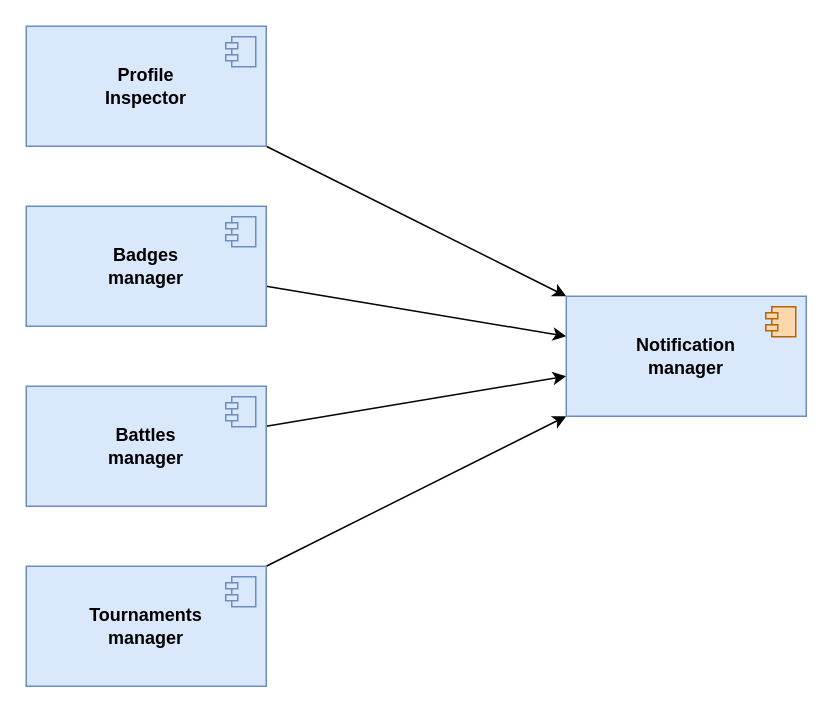
The draw.io diagram page "Test-plan-4" (8 of 9) of DD/images/diagrams/chapter2.drawio in pontig/sw-eng-2-PasiniPontiggiaStasi, before the edit. Source tidied: cells renumbered, new cells numbered last; positions are measured from the earlier drawing's top-left corner, leaving out a move shared by most shapes. Both pictures are drawn from the tidied source at 150%, with x=0, y=0 at pixel (26, 26).
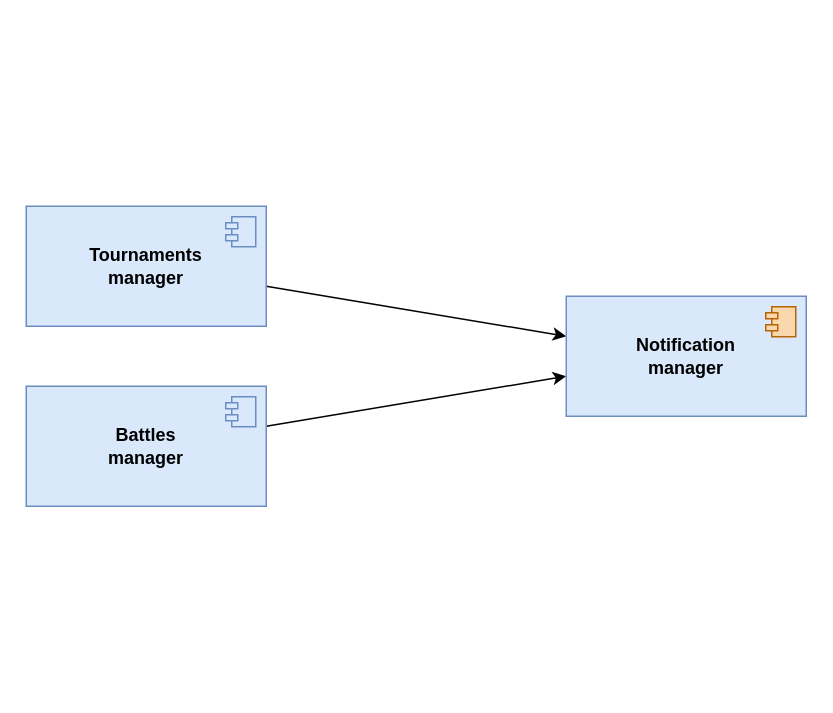
The same page after the edit.

Diff of the diagram source:
```diff
@@
-    <mxCell id="3" value="&lt;b&gt;Badges&lt;br&gt;manager&lt;br&gt;&lt;/b&gt;" style="html=1;whiteSpace=wrap;fillColor=#dae8fc;strokeColor=#6c8ebf;" parent="1" vertex="1">
+    <mxCell id="3" value="&lt;b&gt;Tournaments&lt;br&gt;manager&lt;br&gt;&lt;/b&gt;" style="html=1;whiteSpace=wrap;fillColor=#dae8fc;strokeColor=#6c8ebf;" parent="1" vertex="1">
       <mxGeometry y="120" width="160" height="80" as="geometry" />
     </mxCell>
@@
-    <mxCell id="5" style="rounded=0;jettySize=auto;html=1;" parent="1" edge="1" source="6">
-      <mxGeometry relative="1" as="geometry">
-        <mxPoint x="360" y="260" as="targetPoint" />
-      </mxGeometry>
-    </mxCell>
-    <mxCell id="6" value="&lt;b&gt;Tournaments&lt;br&gt;manager&lt;br&gt;&lt;/b&gt;" style="html=1;whiteSpace=wrap;fillColor=#dae8fc;strokeColor=#6c8ebf;" parent="1" vertex="1">
-      <mxGeometry y="360" width="160" height="80" as="geometry" />
-    </mxCell>
-    <mxCell id="7" style="shape=module;jettyWidth=8;jettyHeight=4;fillColor=#dae8fc;strokeColor=#6c8ebf;" parent="6" vertex="1">
-      <mxGeometry x="1" width="20" height="20" relative="1" as="geometry">
-        <mxPoint x="-27" y="7" as="offset" />
-      </mxGeometry>
-    </mxCell>
@@
-    <mxCell id="11" style="rounded=0;jettySize=auto;html=1;" parent="1" edge="1" source="12">
-      <mxGeometry relative="1" as="geometry">
-        <mxPoint x="360" y="180" as="targetPoint" />
-      </mxGeometry>
-    </mxCell>
-    <mxCell id="12" value="&lt;b&gt;Profile&lt;br&gt;Inspector&lt;br&gt;&lt;/b&gt;" style="html=1;whiteSpace=wrap;fillColor=#dae8fc;strokeColor=#6c8ebf;" parent="1" vertex="1">
-      <mxGeometry width="160" height="80" as="geometry" />
-    </mxCell>
-    <mxCell id="13" style="shape=module;jettyWidth=8;jettyHeight=4;fillColor=#dae8fc;strokeColor=#6c8ebf;" parent="12" vertex="1">
-      <mxGeometry x="1" width="20" height="20" relative="1" as="geometry">
-        <mxPoint x="-27" y="7" as="offset" />
-      </mxGeometry>
-    </mxCell>
```
